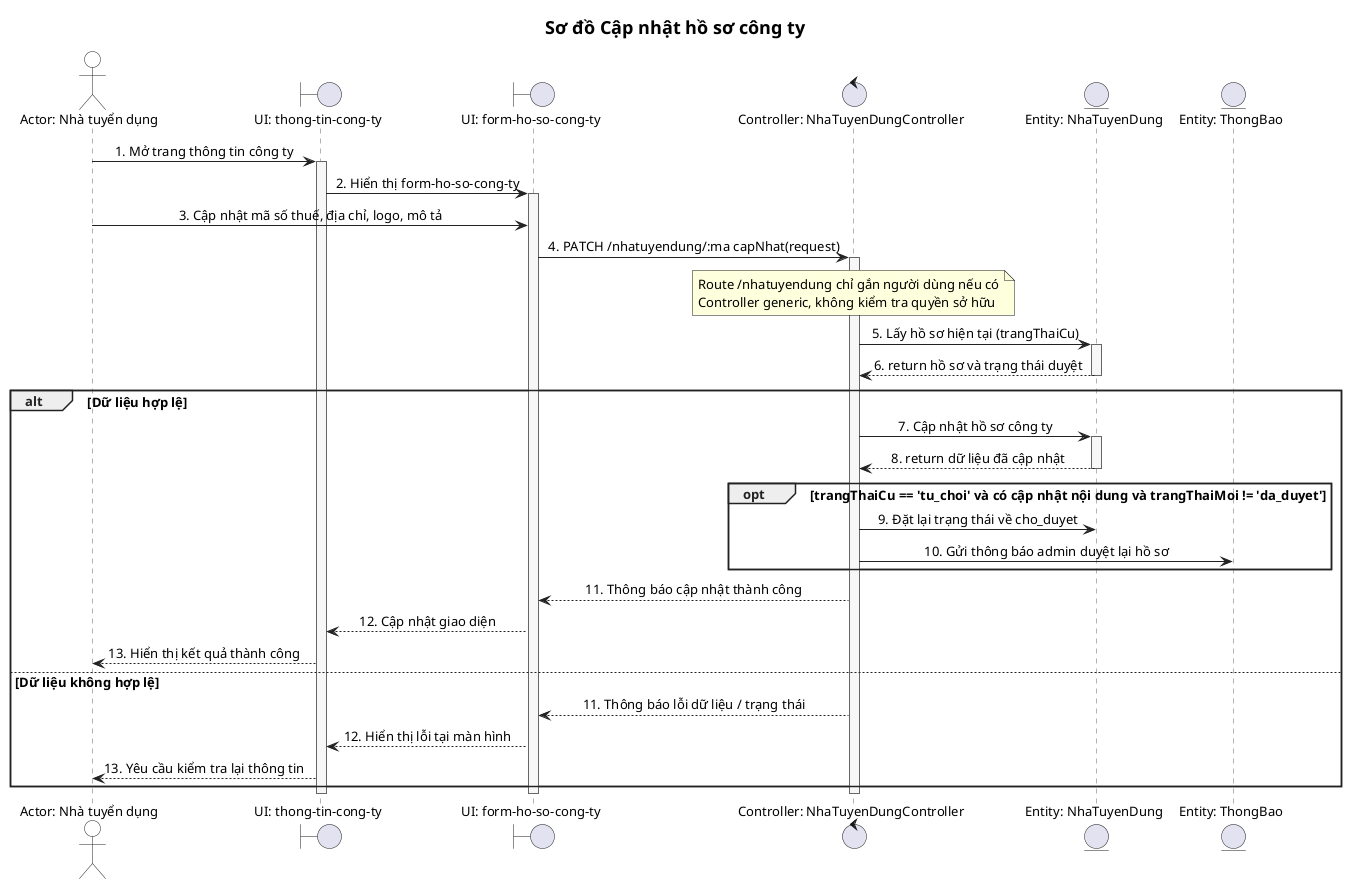
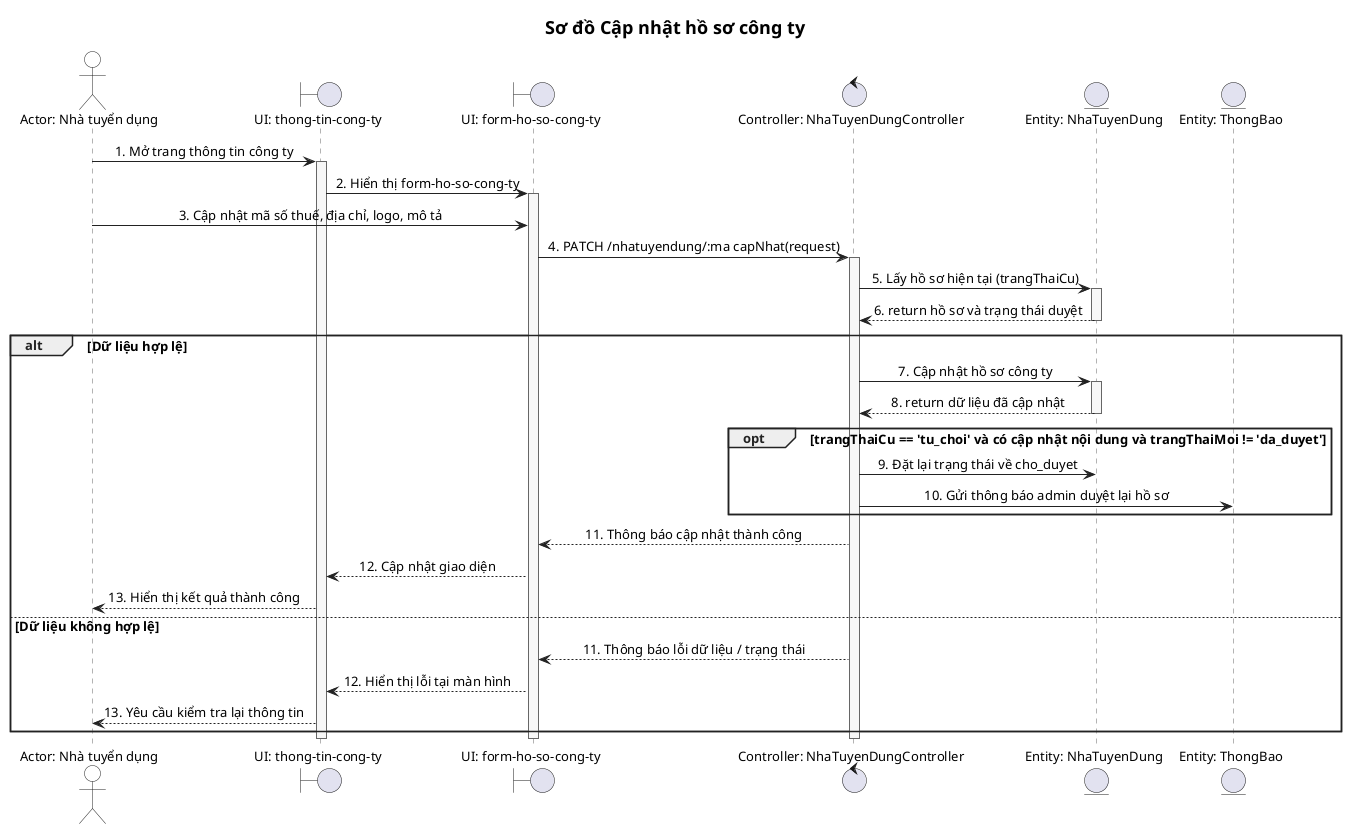
@startuml
skinparam defaultFontName "Segoe UI"
skinparam titleFontName "Segoe UI"
skinparam defaultFontSize 13
skinparam titleFontSize 18
skinparam shadowing false
skinparam linetype ortho
skinparam sequenceMessageAlign center
skinparam sequence {
  ArrowColor #222222
  LifeLineBorderColor #666666
  LifeLineBackgroundColor #F7F7F7
  ParticipantBorderColor #222222
  ParticipantBackgroundColor White
  ActorBorderColor #222222
  ActorBackgroundColor White
  BoxBorderColor #888888
  GroupBorderColor #222222
  GroupHeaderFontColor #222222
}
title Sơ đồ Cập nhật hồ sơ công ty

actor "Actor: Nhà tuyển dụng" as Actor
boundary "UI: thong-tin-cong-ty" as UI
boundary "UI: form-ho-so-cong-ty" as Form
control "Controller: NhaTuyenDungController" as Controller
entity "Entity: NhaTuyenDung" as MainEntity
entity "Entity: ThongBao" as ThongBao

Actor -> UI : 1. Mở trang thông tin công ty
activate UI
UI -> Form : 2. Hiển thị form-ho-so-cong-ty
activate Form
Actor -> Form : 3. Cập nhật mã số thuế, địa chỉ, logo, mô tả
Form -> Controller : 4. PATCH /nhatuyendung/:ma capNhat(request)
activate Controller
- note over Controller : Route /nhatuyendung chỉ gắn người dùng nếu có\nController generic, không kiểm tra quyền sở hữu
Controller -> MainEntity : 5. Lấy hồ sơ hiện tại (trangThaiCu)
activate MainEntity
MainEntity --> Controller : 6. return hồ sơ và trạng thái duyệt
deactivate MainEntity

alt Dữ liệu hợp lệ
  Controller -> MainEntity : 7. Cập nhật hồ sơ công ty
  activate MainEntity
  MainEntity --> Controller : 8. return dữ liệu đã cập nhật
  deactivate MainEntity
  opt trangThaiCu == 'tu_choi' và có cập nhật nội dung và trangThaiMoi != 'da_duyet'
    Controller -> MainEntity : 9. Đặt lại trạng thái về cho_duyet
    Controller -> ThongBao : 10. Gửi thông báo admin duyệt lại hồ sơ
  end
  Controller --> Form : 11. Thông báo cập nhật thành công
  Form --> UI : 12. Cập nhật giao diện
  UI --> Actor : 13. Hiển thị kết quả thành công
else Dữ liệu không hợp lệ
  Controller --> Form : 11. Thông báo lỗi dữ liệu / trạng thái
  Form --> UI : 12. Hiển thị lỗi tại màn hình
  UI --> Actor : 13. Yêu cầu kiểm tra lại thông tin
end
deactivate Controller
deactivate Form
deactivate UI
@enduml
